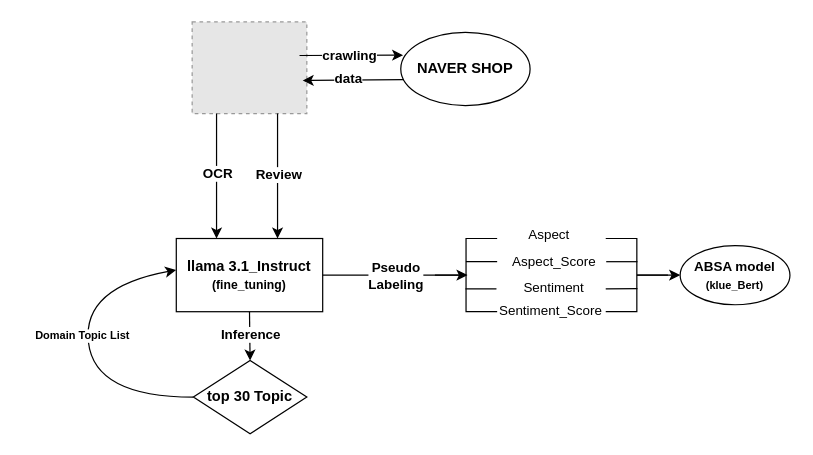
9unu/draw.io keeps this draw.io diagram as llama_model_pipe.drawio. Above is the earlier version. Source tidied: cells renumbered, new cells numbered last; positions are measured from the earlier drawing's top-left corner, leaving out a move shared by most shapes. Both pictures are drawn from the tidied source at 122%, with x=0, y=0 at pixel (82, 21). Pictures stored in the file or linked from it are replaced by grey dashed boxes.
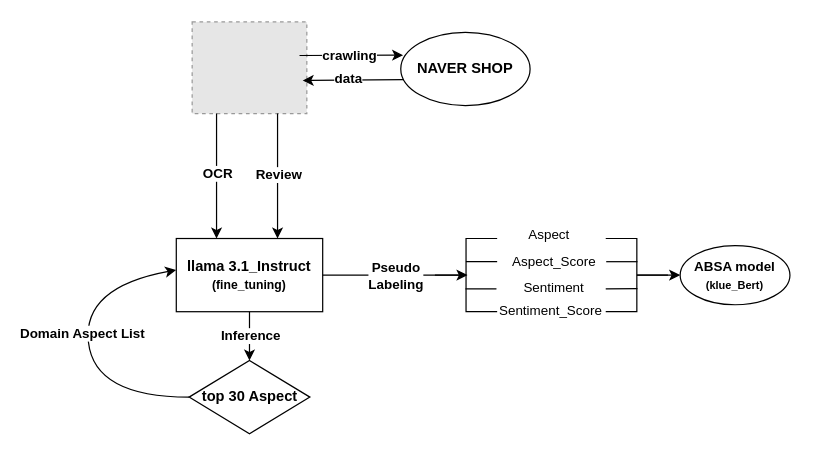
After the change.

The change refers to these unchanged cells:
```xml
<mxCell id="2" value="llama 3.1_Instruct&lt;div&gt;&lt;font style=&quot;font-size: 10px;&quot;&gt;(fine_tuning)&lt;/font&gt;&lt;/div&gt;" style="rounded=0;whiteSpace=wrap;html=1;fontStyle=1;" parent="1" vertex="1">
  <mxGeometry x="77" y="178" width="120" height="60" as="geometry" />
</mxCell>
```

The edit, as a diff of the source:
```diff
@@
-    <mxCell id="13" value="top 30 Topic" style="rhombus;whiteSpace=wrap;html=1;fontStyle=1;" parent="1" vertex="1">
-      <mxGeometry x="91" y="278" width="93" height="60" as="geometry" />
+    <mxCell id="13" value="top 30 Aspect" style="rhombus;whiteSpace=wrap;html=1;fontStyle=1;" parent="1" vertex="1">
+      <mxGeometry x="87.5" y="278" width="99" height="60" as="geometry" />
     </mxCell>
-    <mxCell id="14" value="&lt;b&gt;Domain Topic List&lt;/b&gt;" style="curved=1;endArrow=classic;html=1;rounded=0;exitX=0;exitY=0.5;exitDx=0;exitDy=0;entryX=-0.001;entryY=0.431;entryDx=0;entryDy=0;entryPerimeter=0;strokeWidth=1;fontSize=9;" parent="1" edge="1" source="13" target="2">
+    <mxCell id="14" value="&lt;b style=&quot;font-size: 11px;&quot;&gt;Domain Aspect List&lt;/b&gt;" style="curved=1;endArrow=classic;html=1;rounded=0;exitX=0;exitY=0.5;exitDx=0;exitDy=0;entryX=-0.001;entryY=0.431;entryDx=0;entryDy=0;entryPerimeter=0;strokeWidth=1;fontSize=11;" parent="1" edge="1" source="13" target="2">
       <mxGeometry x="0.06" y="4" relative="1" as="geometry">
         <Array as="points">
           <mxPoint x="10" y="308" />
           <mxPoint y="218" />
         </Array>
       </mxGeometry>
     </mxCell>
```
